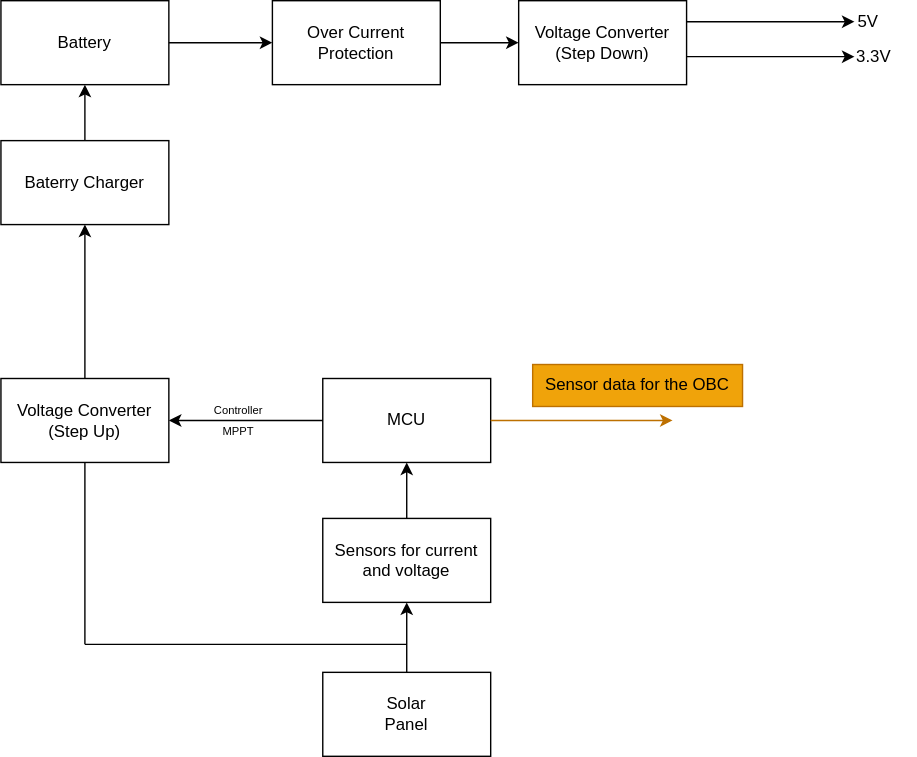
The draw.io diagram EPS DIAGRAMA.drawio.svg in TobiasDecoud/Electrical-Power-System, before a commit. Source tidied: cells renumbered, new cells last; positions are measured from the earlier drawing's top-left corner, leaving out a move shared by most shapes.
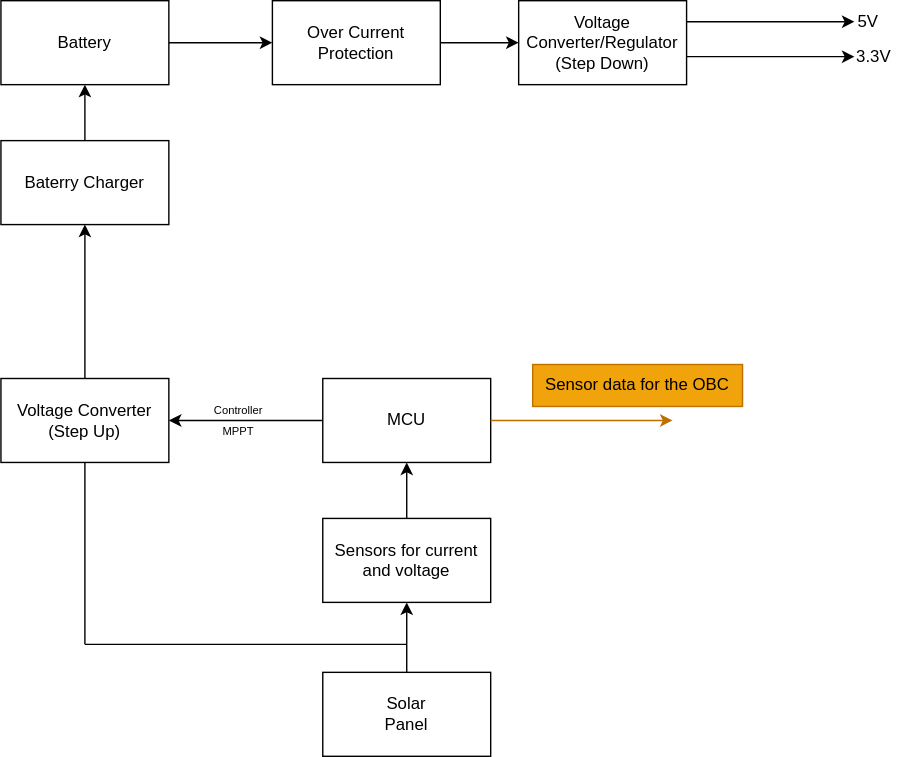
Above is the later version.

What changed in the source:
```diff
@@ -66,7 +66,7 @@
     <mxCell id="19" value="Sensor data for the OBC" style="text;html=1;whiteSpace=wrap;strokeColor=#BD7000;fillColor=#f0a30a;align=center;verticalAlign=middle;rounded=0;fontColor=#000000;" parent="1" vertex="1">
       <mxGeometry x="380" y="260" width="150" height="30" as="geometry" />
     </mxCell>
-    <mxCell id="20" value="Voltage Converter (Step Down)" style="rounded=0;whiteSpace=wrap;html=1;fillColor=none;" parent="1" vertex="1">
+    <mxCell id="20" value="Voltage Converter/Regulator (Step Down)" style="rounded=0;whiteSpace=wrap;html=1;fillColor=none;" parent="1" vertex="1">
       <mxGeometry x="370" width="120" height="60" as="geometry" />
     </mxCell>
     <mxCell id="21" style="endArrow=classic;html=1;rounded=0;exitX=1;exitY=0.5;exitDx=0;exitDy=0;entryX=0;entryY=0.5;entryDx=0;entryDy=0;" parent="1" edge="1" source="7" target="9">
```
